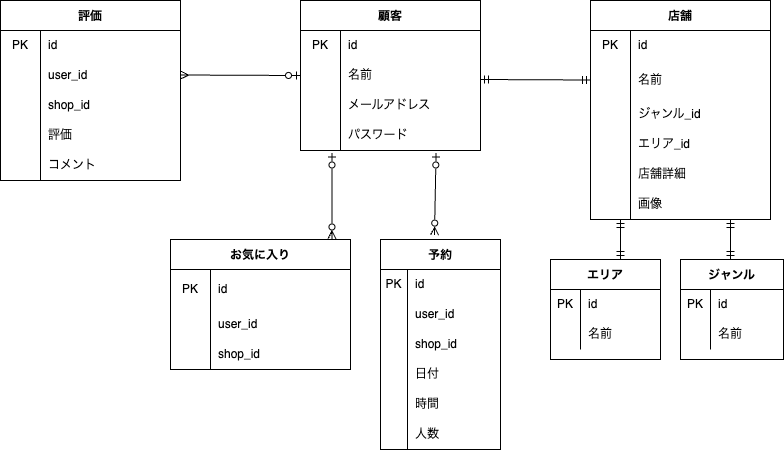
yokoyonezawa/rese-1 keeps this draw.io diagram as src/Rese.drawio.png. Above is the earlier version. Source tidied: cells renumbered, new cells last; positions are measured from the earlier drawing's top-left corner, leaving out a move shared by most shapes.
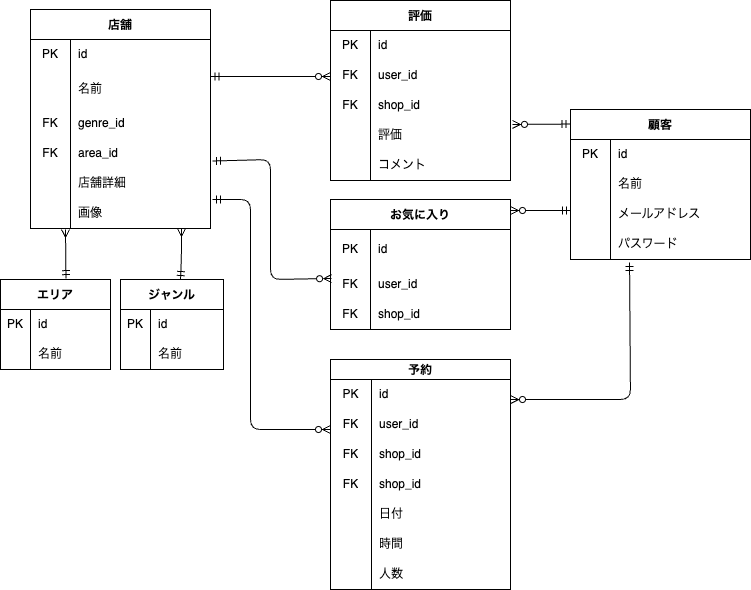
The same file after the commit.

Change to the diagram source:
```diff
@@ -3,7 +3,7 @@
     <mxCell id="0" />
     <mxCell id="1" parent="0" />
     <mxCell id="2" value="顧客" style="shape=table;startSize=30;rowLines=0;fontStyle=1;rounded=0;" parent="1" vertex="1">
-      <mxGeometry x="300" width="180" height="150" as="geometry" />
+      <mxGeometry x="540" y="69" width="180" height="150" as="geometry" />
     </mxCell>
     <mxCell id="3" style="shape=tableRow;horizontal=0;startSize=0;swimlaneHead=0;swimlaneBody=0;top=0;left=0;bottom=0;right=0;fillColor=none;rounded=0;" parent="2" vertex="1">
       <mxGeometry y="30" width="180" height="30" as="geometry" />
@@ -42,7 +42,7 @@
       <mxGeometry x="40" width="140" height="30" as="geometry" />
     </mxCell>
     <mxCell id="15" value="評価" style="shape=table;startSize=30;rowLines=0;fontStyle=1;rounded=0;" parent="1" vertex="1">
-      <mxGeometry width="180" height="180" as="geometry" />
+      <mxGeometry x="300" y="-40" width="180" height="180" as="geometry" />
     </mxCell>
     <mxCell id="16" style="shape=tableRow;horizontal=0;startSize=0;swimlaneHead=0;swimlaneBody=0;top=0;left=0;bottom=0;right=0;fillColor=none;rounded=0;" parent="15" vertex="1">
       <mxGeometry y="30" width="180" height="30" as="geometry" />
@@ -56,16 +56,16 @@
     <mxCell id="19" style="shape=tableRow;horizontal=0;startSize=0;swimlaneHead=0;swimlaneBody=0;top=0;left=0;bottom=0;right=0;fillColor=none;rounded=0;" parent="15" vertex="1">
       <mxGeometry y="60" width="180" height="30" as="geometry" />
     </mxCell>
-    <mxCell id="20" style="shape=partialRectangle;html=1;whiteSpace=wrap;fillColor=none;top=0;left=0;bottom=0;right=0;overflow=hidden;rounded=0;" parent="19" vertex="1">
-      <mxGeometry width="40" height="30" as="geometry" />
-    </mxCell>
+    <mxCell id="99" value="FK" style="shape=partialRectangle;html=1;whiteSpace=wrap;fillColor=none;top=0;left=0;bottom=0;right=0;overflow=hidden;rounded=0;" parent="19" vertex="1">
+      <mxGeometry width="40" height="30" as="geometry" />
+    </mxCell>
     <mxCell id="21" value="user_id" style="shape=partialRectangle;html=1;whiteSpace=wrap;fillColor=none;top=0;left=0;bottom=0;right=0;align=left;spacingLeft=6;overflow=hidden;rounded=0;" parent="19" vertex="1">
       <mxGeometry x="40" width="140" height="30" as="geometry" />
     </mxCell>
     <mxCell id="22" style="shape=tableRow;horizontal=0;startSize=0;swimlaneHead=0;swimlaneBody=0;top=0;left=0;bottom=0;right=0;fillColor=none;rounded=0;" parent="15" vertex="1">
       <mxGeometry y="90" width="180" height="30" as="geometry" />
     </mxCell>
-    <mxCell id="23" style="shape=partialRectangle;html=1;whiteSpace=wrap;fillColor=none;top=0;left=0;bottom=0;right=0;overflow=hidden;rounded=0;" parent="22" vertex="1">
+    <mxCell id="23" value="FK" style="shape=partialRectangle;html=1;whiteSpace=wrap;fillColor=none;top=0;left=0;bottom=0;right=0;overflow=hidden;rounded=0;" parent="22" vertex="1">
       <mxGeometry width="40" height="30" as="geometry" />
     </mxCell>
     <mxCell id="24" value="shop_id" style="shape=partialRectangle;html=1;whiteSpace=wrap;fillColor=none;top=0;left=0;bottom=0;right=0;align=left;spacingLeft=6;overflow=hidden;rounded=0;" parent="22" vertex="1">
@@ -83,19 +83,17 @@
     <mxCell id="28" style="shape=tableRow;horizontal=0;startSize=0;swimlaneHead=0;swimlaneBody=0;top=0;left=0;bottom=0;right=0;fillColor=none;rounded=0;" parent="15" vertex="1">
       <mxGeometry y="150" width="180" height="30" as="geometry" />
     </mxCell>
-    <mxCell id="29" style="shape=partialRectangle;html=1;whiteSpace=wrap;fillColor=none;top=0;left=0;bottom=0;right=0;overflow=hidden;rounded=0;" parent="28" vertex="1">
-      <mxGeometry width="40" height="30" as="geometry" />
-    </mxCell>
+    <mxCell id="100" style="shape=partialRectangle;html=1;whiteSpace=wrap;fillColor=none;top=0;left=0;bottom=0;right=0;overflow=hidden;rounded=0;" parent="28" vertex="1">
+      <mxGeometry width="40" height="30" as="geometry" />
+    </mxCell>
     <mxCell id="30" value="コメント" style="shape=partialRectangle;html=1;whiteSpace=wrap;fillColor=none;top=0;left=0;bottom=0;right=0;align=left;spacingLeft=6;overflow=hidden;rounded=0;" parent="28" vertex="1">
       <mxGeometry x="40" width="140" height="30" as="geometry" />
     </mxCell>
-    <mxCell id="31" style="jettySize=auto;html=1;entryX=0;entryY=0.5;entryDx=0;entryDy=0;startArrow=ERmany;startFill=0;endArrow=ERzeroToOne;endFill=0;" parent="1" edge="1" target="6">
-      <mxGeometry relative="1" as="geometry">
-        <mxPoint x="180" y="74.5" as="sourcePoint" />
-      </mxGeometry>
+    <mxCell id="31" style="jettySize=auto;html=1;entryX=-0.003;entryY=0.097;entryDx=0;entryDy=0;startArrow=ERzeroToMany;startFill=0;endArrow=ERmandOne;endFill=0;entryPerimeter=0;exitX=1.011;exitY=0.133;exitDx=0;exitDy=0;exitPerimeter=0;" parent="1" edge="1" source="25" target="2">
+      <mxGeometry relative="1" as="geometry" />
     </mxCell>
     <mxCell id="32" value="店舗" style="shape=table;startSize=30;rowLines=0;fontStyle=1;" parent="1" vertex="1">
-      <mxGeometry x="590" width="180" height="219" as="geometry" />
+      <mxGeometry y="-31" width="180" height="219" as="geometry" />
     </mxCell>
     <mxCell id="33" style="shape=tableRow;horizontal=0;startSize=0;swimlaneHead=0;swimlaneBody=0;top=0;left=0;bottom=0;right=0;fillColor=none;" parent="32" vertex="1">
       <mxGeometry y="30" width="180" height="30" as="geometry" />
@@ -118,19 +116,19 @@
     <mxCell id="39" style="shape=tableRow;horizontal=0;startSize=0;swimlaneHead=0;swimlaneBody=0;top=0;left=0;bottom=0;right=0;fillColor=none;" parent="32" vertex="1">
       <mxGeometry y="99" width="180" height="30" as="geometry" />
     </mxCell>
-    <mxCell id="40" style="shape=partialRectangle;html=1;whiteSpace=wrap;fillColor=none;top=0;left=0;bottom=0;right=0;overflow=hidden;" parent="39" vertex="1">
+    <mxCell id="40" value="FK" style="shape=partialRectangle;html=1;whiteSpace=wrap;fillColor=none;top=0;left=0;bottom=0;right=0;overflow=hidden;" parent="39" vertex="1">
       <mxGeometry width="40" height="30" as="geometry" />
     </mxCell>
-    <mxCell id="41" value="ジャンル_id" style="shape=partialRectangle;html=1;whiteSpace=wrap;fillColor=none;top=0;left=0;bottom=0;right=0;align=left;spacingLeft=6;overflow=hidden;" parent="39" vertex="1">
+    <mxCell id="41" value="genre_id" style="shape=partialRectangle;html=1;whiteSpace=wrap;fillColor=none;top=0;left=0;bottom=0;right=0;align=left;spacingLeft=6;overflow=hidden;" parent="39" vertex="1">
       <mxGeometry x="40" width="140" height="30" as="geometry" />
     </mxCell>
     <mxCell id="42" style="shape=tableRow;horizontal=0;startSize=0;swimlaneHead=0;swimlaneBody=0;top=0;left=0;bottom=0;right=0;fillColor=none;points=[[0,0.5],[1,0.5]];portConstraint=eastwest;" parent="32" vertex="1">
       <mxGeometry y="129" width="180" height="30" as="geometry" />
     </mxCell>
-    <mxCell id="43" style="shape=partialRectangle;html=1;whiteSpace=wrap;fillColor=none;top=0;left=0;bottom=0;right=0;overflow=hidden;" parent="42" vertex="1">
+    <mxCell id="43" value="FK" style="shape=partialRectangle;html=1;whiteSpace=wrap;fillColor=none;top=0;left=0;bottom=0;right=0;overflow=hidden;" parent="42" vertex="1">
       <mxGeometry width="40" height="30" as="geometry" />
     </mxCell>
-    <mxCell id="44" value="エリア_id" style="shape=partialRectangle;html=1;whiteSpace=wrap;fillColor=none;top=0;left=0;bottom=0;right=0;align=left;spacingLeft=6;overflow=hidden;" parent="42" vertex="1">
+    <mxCell id="44" value="area_id" style="shape=partialRectangle;html=1;whiteSpace=wrap;fillColor=none;top=0;left=0;bottom=0;right=0;align=left;spacingLeft=6;overflow=hidden;" parent="42" vertex="1">
       <mxGeometry x="40" width="140" height="30" as="geometry" />
     </mxCell>
     <mxCell id="45" style="shape=tableRow;horizontal=0;startSize=0;swimlaneHead=0;swimlaneBody=0;top=0;left=0;bottom=0;right=0;fillColor=none;" parent="32" vertex="1">
@@ -151,16 +149,8 @@
     <mxCell id="50" value="画像" style="shape=partialRectangle;html=1;whiteSpace=wrap;fillColor=none;top=0;left=0;bottom=0;right=0;align=left;spacingLeft=6;overflow=hidden;" parent="48" vertex="1">
       <mxGeometry x="40" width="140" height="30" as="geometry" />
     </mxCell>
-    <mxCell id="51" style="jettySize=auto;html=1;startArrow=ERmandOne;startFill=0;endArrow=ERmandOne;endFill=0;entryX=0;entryY=0.5;entryDx=0;entryDy=0;" parent="1" edge="1" target="36">
-      <mxGeometry relative="1" as="geometry">
-        <mxPoint x="480" y="79" as="sourcePoint" />
-        <Array as="points">
-          <mxPoint x="480" y="79" />
-        </Array>
-      </mxGeometry>
-    </mxCell>
     <mxCell id="52" value="ジャンル" style="shape=table;startSize=30;rowLines=0;fontStyle=1;" parent="1" vertex="1">
-      <mxGeometry x="680" y="259" width="103" height="100" as="geometry" />
+      <mxGeometry x="90" y="239" width="103" height="90" as="geometry" />
     </mxCell>
     <mxCell id="53" style="shape=tableRow;horizontal=0;startSize=0;swimlaneHead=0;swimlaneBody=0;top=0;left=0;bottom=0;right=0;fillColor=none;" parent="52" vertex="1">
       <mxGeometry y="30" width="103" height="30" as="geometry" />
@@ -180,17 +170,17 @@
     <mxCell id="58" value="名前" style="shape=partialRectangle;html=1;whiteSpace=wrap;fillColor=none;top=0;left=0;bottom=0;right=0;align=left;spacingLeft=6;overflow=hidden;" parent="56" vertex="1">
       <mxGeometry x="30" width="73" height="30" as="geometry" />
     </mxCell>
-    <mxCell id="59" style="edgeStyle=none;orthogonalLoop=1;jettySize=auto;html=1;startArrow=ERmandOne;startFill=0;endArrow=ERmandOne;endFill=0;" parent="1" edge="1">
+    <mxCell id="59" style="edgeStyle=none;orthogonalLoop=1;jettySize=auto;html=1;startArrow=ERmany;startFill=0;endArrow=ERmandOne;endFill=0;" parent="1" edge="1">
       <mxGeometry relative="1" as="geometry">
-        <mxPoint x="730" y="219" as="sourcePoint" />
-        <mxPoint x="730" y="259" as="targetPoint" />
+        <mxPoint x="151" y="188" as="sourcePoint" />
+        <mxPoint x="150" y="239" as="targetPoint" />
         <Array as="points">
-          <mxPoint x="730" y="249" />
+          <mxPoint x="151" y="218" />
         </Array>
       </mxGeometry>
     </mxCell>
     <mxCell id="60" value="エリア" style="shape=table;startSize=30;rowLines=0;fontStyle=1;" parent="1" vertex="1">
-      <mxGeometry x="550" y="259" width="110" height="100" as="geometry" />
+      <mxGeometry x="-30" y="239" width="110" height="90" as="geometry" />
     </mxCell>
     <mxCell id="61" style="shape=tableRow;horizontal=0;startSize=0;swimlaneHead=0;swimlaneBody=0;top=0;left=0;bottom=0;right=0;fillColor=none;" parent="60" vertex="1">
       <mxGeometry y="30" width="110" height="30" as="geometry" />
@@ -210,74 +200,86 @@
     <mxCell id="66" value="名前" style="shape=partialRectangle;html=1;whiteSpace=wrap;fillColor=none;top=0;left=0;bottom=0;right=0;align=left;spacingLeft=6;overflow=hidden;" parent="64" vertex="1">
       <mxGeometry x="30" width="80" height="30" as="geometry" />
     </mxCell>
-    <mxCell id="67" style="edgeStyle=none;orthogonalLoop=1;jettySize=auto;html=1;startArrow=ERmandOne;startFill=0;endArrow=ERmandOne;endFill=0;" parent="1" edge="1">
+    <mxCell id="67" style="edgeStyle=none;jettySize=auto;html=1;startArrow=ERmany;startFill=0;endArrow=ERmandOne;endFill=0;entryX=0.595;entryY=-0.01;entryDx=0;entryDy=0;entryPerimeter=0;" parent="1" edge="1" target="60">
       <mxGeometry relative="1" as="geometry">
-        <mxPoint x="620" y="219" as="sourcePoint" />
-        <mxPoint x="620" y="259" as="targetPoint" />
+        <mxPoint x="35" y="189" as="sourcePoint" />
       </mxGeometry>
     </mxCell>
-    <mxCell id="68" value="予約" style="shape=table;startSize=30;rowLines=0;fontStyle=1;" parent="1" vertex="1">
-      <mxGeometry x="380" y="239" width="120" height="210" as="geometry" />
+    <mxCell id="68" value="予約" style="shape=table;startSize=20;rowLines=0;fontStyle=1;" parent="1" vertex="1">
+      <mxGeometry x="300" y="319" width="180" height="230" as="geometry" />
     </mxCell>
     <mxCell id="69" style="shape=tableRow;horizontal=0;startSize=0;swimlaneHead=0;swimlaneBody=0;top=0;left=0;bottom=0;right=0;fillColor=none;points=[[0,0.5],[1,0.5]];portConstraint=eastwest;" parent="68" vertex="1">
-      <mxGeometry y="30" width="120" height="30" as="geometry" />
+      <mxGeometry y="20" width="180" height="30" as="geometry" />
     </mxCell>
     <mxCell id="70" value="PK" style="shape=partialRectangle;html=1;whiteSpace=wrap;fillColor=none;top=0;left=0;bottom=0;right=0;overflow=hidden;" parent="69" vertex="1">
-      <mxGeometry width="27" height="30" as="geometry" />
+      <mxGeometry width="41" height="30" as="geometry" />
     </mxCell>
     <mxCell id="71" value="id" style="shape=partialRectangle;html=1;whiteSpace=wrap;fillColor=none;top=0;left=0;bottom=0;right=0;align=left;spacingLeft=6;overflow=hidden;" parent="69" vertex="1">
-      <mxGeometry x="27" width="93" height="30" as="geometry" />
+      <mxGeometry x="41" width="139" height="30" as="geometry" />
     </mxCell>
     <mxCell id="72" style="shape=tableRow;horizontal=0;startSize=0;swimlaneHead=0;swimlaneBody=0;top=0;left=0;bottom=0;right=0;fillColor=none;" parent="68" vertex="1">
-      <mxGeometry y="60" width="120" height="30" as="geometry" />
+      <mxGeometry y="50" width="180" height="30" as="geometry" />
     </mxCell>
-    <mxCell id="73" style="shape=partialRectangle;html=1;whiteSpace=wrap;fillColor=none;top=0;left=0;bottom=0;right=0;overflow=hidden;" parent="72" vertex="1">
-      <mxGeometry width="27" height="30" as="geometry" />
+    <mxCell id="73" value="FK" style="shape=partialRectangle;html=1;whiteSpace=wrap;fillColor=none;top=0;left=0;bottom=0;right=0;overflow=hidden;" parent="72" vertex="1">
+      <mxGeometry width="41" height="30" as="geometry" />
     </mxCell>
     <mxCell id="74" value="user_id" style="shape=partialRectangle;html=1;whiteSpace=wrap;fillColor=none;top=0;left=0;bottom=0;right=0;align=left;spacingLeft=6;overflow=hidden;" parent="72" vertex="1">
-      <mxGeometry x="27" width="93" height="30" as="geometry" />
+      <mxGeometry x="41" width="139" height="30" as="geometry" />
     </mxCell>
+    <mxCell id="101" style="shape=tableRow;horizontal=0;startSize=0;swimlaneHead=0;swimlaneBody=0;top=0;left=0;bottom=0;right=0;fillColor=none;" parent="68" vertex="1">
+      <mxGeometry y="80" width="180" height="30" as="geometry" />
+    </mxCell>
+    <mxCell id="102" value="FK" style="shape=partialRectangle;html=1;whiteSpace=wrap;fillColor=none;top=0;left=0;bottom=0;right=0;overflow=hidden;" parent="101" vertex="1">
+      <mxGeometry width="41" height="30" as="geometry" />
+    </mxCell>
+    <mxCell id="103" value="shop_id" style="shape=partialRectangle;html=1;whiteSpace=wrap;fillColor=none;top=0;left=0;bottom=0;right=0;align=left;spacingLeft=6;overflow=hidden;" parent="101" vertex="1">
+      <mxGeometry x="41" width="139" height="30" as="geometry" />
+    </mxCell>
     <mxCell id="75" style="shape=tableRow;horizontal=0;startSize=0;swimlaneHead=0;swimlaneBody=0;top=0;left=0;bottom=0;right=0;fillColor=none;" parent="68" vertex="1">
-      <mxGeometry y="90" width="120" height="30" as="geometry" />
+      <mxGeometry y="110" width="180" height="30" as="geometry" />
     </mxCell>
-    <mxCell id="76" style="shape=partialRectangle;html=1;whiteSpace=wrap;fillColor=none;top=0;left=0;bottom=0;right=0;overflow=hidden;" parent="75" vertex="1">
-      <mxGeometry width="27" height="30" as="geometry" />
+    <mxCell id="76" value="FK" style="shape=partialRectangle;html=1;whiteSpace=wrap;fillColor=none;top=0;left=0;bottom=0;right=0;overflow=hidden;" parent="75" vertex="1">
+      <mxGeometry width="41" height="30" as="geometry" />
     </mxCell>
     <mxCell id="77" value="shop_id" style="shape=partialRectangle;html=1;whiteSpace=wrap;fillColor=none;top=0;left=0;bottom=0;right=0;align=left;spacingLeft=6;overflow=hidden;" parent="75" vertex="1">
-      <mxGeometry x="27" width="93" height="30" as="geometry" />
+      <mxGeometry x="41" width="139" height="30" as="geometry" />
     </mxCell>
     <mxCell id="78" style="shape=tableRow;horizontal=0;startSize=0;swimlaneHead=0;swimlaneBody=0;top=0;left=0;bottom=0;right=0;fillColor=none;" parent="68" vertex="1">
-      <mxGeometry y="120" width="120" height="30" as="geometry" />
+      <mxGeometry y="140" width="180" height="30" as="geometry" />
     </mxCell>
     <mxCell id="79" style="shape=partialRectangle;html=1;whiteSpace=wrap;fillColor=none;top=0;left=0;bottom=0;right=0;overflow=hidden;" parent="78" vertex="1">
-      <mxGeometry width="27" height="30" as="geometry" />
+      <mxGeometry width="41" height="30" as="geometry" />
     </mxCell>
     <mxCell id="80" value="日付" style="shape=partialRectangle;html=1;whiteSpace=wrap;fillColor=none;top=0;left=0;bottom=0;right=0;align=left;spacingLeft=6;overflow=hidden;" parent="78" vertex="1">
-      <mxGeometry x="27" width="93" height="30" as="geometry" />
+      <mxGeometry x="41" width="139" height="30" as="geometry" />
     </mxCell>
     <mxCell id="81" style="shape=tableRow;horizontal=0;startSize=0;swimlaneHead=0;swimlaneBody=0;top=0;left=0;bottom=0;right=0;fillColor=none;" parent="68" vertex="1">
-      <mxGeometry y="150" width="120" height="30" as="geometry" />
+      <mxGeometry y="170" width="180" height="30" as="geometry" />
     </mxCell>
     <mxCell id="82" style="shape=partialRectangle;html=1;whiteSpace=wrap;fillColor=none;top=0;left=0;bottom=0;right=0;overflow=hidden;" parent="81" vertex="1">
-      <mxGeometry width="27" height="30" as="geometry" />
+      <mxGeometry width="41" height="30" as="geometry" />
     </mxCell>
     <mxCell id="83" value="時間" style="shape=partialRectangle;html=1;whiteSpace=wrap;fillColor=none;top=0;left=0;bottom=0;right=0;align=left;spacingLeft=6;overflow=hidden;" parent="81" vertex="1">
-      <mxGeometry x="27" width="93" height="30" as="geometry" />
+      <mxGeometry x="41" width="139" height="30" as="geometry" />
     </mxCell>
     <mxCell id="84" style="shape=tableRow;horizontal=0;startSize=0;swimlaneHead=0;swimlaneBody=0;top=0;left=0;bottom=0;right=0;fillColor=none;" parent="68" vertex="1">
-      <mxGeometry y="180" width="120" height="30" as="geometry" />
+      <mxGeometry y="200" width="180" height="30" as="geometry" />
     </mxCell>
     <mxCell id="85" style="shape=partialRectangle;html=1;whiteSpace=wrap;fillColor=none;top=0;left=0;bottom=0;right=0;overflow=hidden;" parent="84" vertex="1">
-      <mxGeometry width="27" height="30" as="geometry" />
+      <mxGeometry width="41" height="30" as="geometry" />
     </mxCell>
     <mxCell id="86" value="人数" style="shape=partialRectangle;html=1;whiteSpace=wrap;fillColor=none;top=0;left=0;bottom=0;right=0;align=left;spacingLeft=6;overflow=hidden;" parent="84" vertex="1">
-      <mxGeometry x="27" width="93" height="30" as="geometry" />
+      <mxGeometry x="41" width="139" height="30" as="geometry" />
     </mxCell>
-    <mxCell id="87" style="edgeStyle=none;jettySize=auto;html=1;startArrow=ERzeroToOne;startFill=0;endArrow=ERzeroToMany;endFill=0;entryX=0.45;entryY=-0.021;entryDx=0;entryDy=0;exitX=0.753;exitY=1.083;exitDx=0;exitDy=0;exitPerimeter=0;entryPerimeter=0;" parent="1" edge="1" source="12" target="68">
-      <mxGeometry relative="1" as="geometry" />
+    <mxCell id="87" style="edgeStyle=none;jettySize=auto;html=1;startArrow=ERmandOne;startFill=0;endArrow=ERzeroToMany;endFill=0;entryX=1;entryY=0.667;entryDx=0;entryDy=0;entryPerimeter=0;exitX=0.328;exitY=1.1;exitDx=0;exitDy=0;exitPerimeter=0;" parent="1" edge="1" source="12" target="69">
+      <mxGeometry relative="1" as="geometry">
+        <Array as="points">
+          <mxPoint x="600" y="359" />
+        </Array>
+      </mxGeometry>
     </mxCell>
     <mxCell id="88" value="お気に入り" style="shape=table;startSize=30;rowLines=0;fontStyle=1;" parent="1" vertex="1">
-      <mxGeometry x="170" y="239" width="180" height="130" as="geometry" />
+      <mxGeometry x="300" y="159" width="180" height="130" as="geometry" />
     </mxCell>
     <mxCell id="89" style="shape=tableRow;horizontal=0;startSize=0;swimlaneHead=0;swimlaneBody=0;top=0;left=0;bottom=0;right=0;fillColor=none;" parent="88" vertex="1">
       <mxGeometry y="30" width="180" height="40" as="geometry" />
@@ -291,7 +293,7 @@
     <mxCell id="92" style="shape=tableRow;horizontal=0;startSize=0;swimlaneHead=0;swimlaneBody=0;top=0;left=0;bottom=0;right=0;fillColor=none;points=[[0,0.5],[1,0.5]];portConstraint=eastwest;" parent="88" vertex="1">
       <mxGeometry y="70" width="180" height="30" as="geometry" />
     </mxCell>
-    <mxCell id="93" style="shape=partialRectangle;html=1;whiteSpace=wrap;fillColor=none;top=0;left=0;bottom=0;right=0;overflow=hidden;" parent="92" vertex="1">
+    <mxCell id="93" value="FK" style="shape=partialRectangle;html=1;whiteSpace=wrap;fillColor=none;top=0;left=0;bottom=0;right=0;overflow=hidden;" parent="92" vertex="1">
       <mxGeometry width="40" height="30" as="geometry" />
     </mxCell>
     <mxCell id="94" value="user_id" style="shape=partialRectangle;html=1;whiteSpace=wrap;fillColor=none;top=0;left=0;bottom=0;right=0;align=left;spacingLeft=6;overflow=hidden;" parent="92" vertex="1">
@@ -300,14 +302,39 @@
     <mxCell id="95" style="shape=tableRow;horizontal=0;startSize=0;swimlaneHead=0;swimlaneBody=0;top=0;left=0;bottom=0;right=0;fillColor=none;" parent="88" vertex="1">
       <mxGeometry y="100" width="180" height="30" as="geometry" />
     </mxCell>
-    <mxCell id="96" style="shape=partialRectangle;html=1;whiteSpace=wrap;fillColor=none;top=0;left=0;bottom=0;right=0;overflow=hidden;" parent="95" vertex="1">
+    <mxCell id="96" value="FK" style="shape=partialRectangle;html=1;whiteSpace=wrap;fillColor=none;top=0;left=0;bottom=0;right=0;overflow=hidden;" parent="95" vertex="1">
       <mxGeometry width="40" height="30" as="geometry" />
     </mxCell>
     <mxCell id="97" value="shop_id" style="shape=partialRectangle;html=1;whiteSpace=wrap;fillColor=none;top=0;left=0;bottom=0;right=0;align=left;spacingLeft=6;overflow=hidden;" parent="95" vertex="1">
       <mxGeometry x="40" width="140" height="30" as="geometry" />
     </mxCell>
-    <mxCell id="98" style="edgeStyle=none;jettySize=auto;html=1;startArrow=ERzeroToOne;startFill=0;endArrow=ERzeroToMany;endFill=0;entryX=0.897;entryY=-0.004;entryDx=0;entryDy=0;entryPerimeter=0;exitX=0.175;exitY=1.083;exitDx=0;exitDy=0;exitPerimeter=0;" parent="1" edge="1" source="12" target="88">
-      <mxGeometry relative="1" as="geometry" />
+    <mxCell id="98" style="edgeStyle=none;orthogonalLoop=1;jettySize=auto;html=1;startArrow=ERmandOne;startFill=0;endArrow=ERzeroToMany;endFill=0;" parent="1" edge="1">
+      <mxGeometry relative="1" as="geometry">
+        <mxPoint x="540" y="170" as="sourcePoint" />
+        <mxPoint x="480" y="170" as="targetPoint" />
+      </mxGeometry>
     </mxCell>
+    <mxCell id="104" style="endArrow=ERzeroToMany;html=1;exitX=1.003;exitY=0.179;exitDx=0;exitDy=0;exitPerimeter=0;startArrow=ERmandOne;startFill=0;endFill=0;" parent="1" edge="1" source="36">
+      <mxGeometry relative="1" as="geometry">
+        <mxPoint x="300" y="36" as="targetPoint" />
+      </mxGeometry>
+    </mxCell>
+    <mxCell id="105" style="endArrow=ERzeroToMany;html=1;exitX=1.011;exitY=0.75;exitDx=0;exitDy=0;exitPerimeter=0;entryX=0.006;entryY=0.3;entryDx=0;entryDy=0;entryPerimeter=0;startArrow=ERmandOne;startFill=0;endFill=0;" parent="1" edge="1" source="42" target="92">
+      <mxGeometry relative="1" as="geometry">
+        <Array as="points">
+          <mxPoint x="240" y="119" />
+          <mxPoint x="240" y="239" />
+        </Array>
+      </mxGeometry>
+    </mxCell>
+    <mxCell id="106" style="endArrow=ERmandOne;html=1;entryX=1.011;entryY=0.033;entryDx=0;entryDy=0;entryPerimeter=0;startArrow=ERzeroToMany;startFill=0;endFill=0;" parent="1" edge="1" target="48">
+      <mxGeometry relative="1" as="geometry">
+        <mxPoint x="300" y="389" as="sourcePoint" />
+        <Array as="points">
+          <mxPoint x="220" y="389" />
+          <mxPoint x="220" y="159" />
+        </Array>
+      </mxGeometry>
+    </mxCell>
   </root>
 </mxGraphModel>
```
